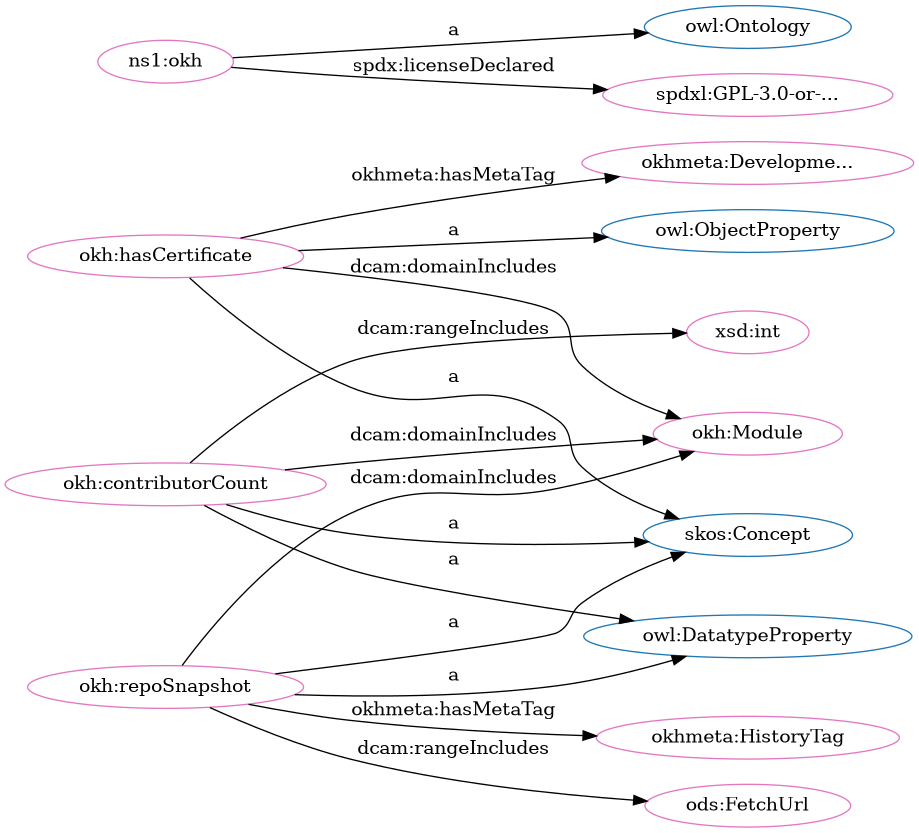
Above: src/spec/dot_okh_proposed.png in iop-alliance/OpenKnowHow (Graphviz), before the change. Its source is kept beside it as src/spec/dot_okh_proposed.dot.
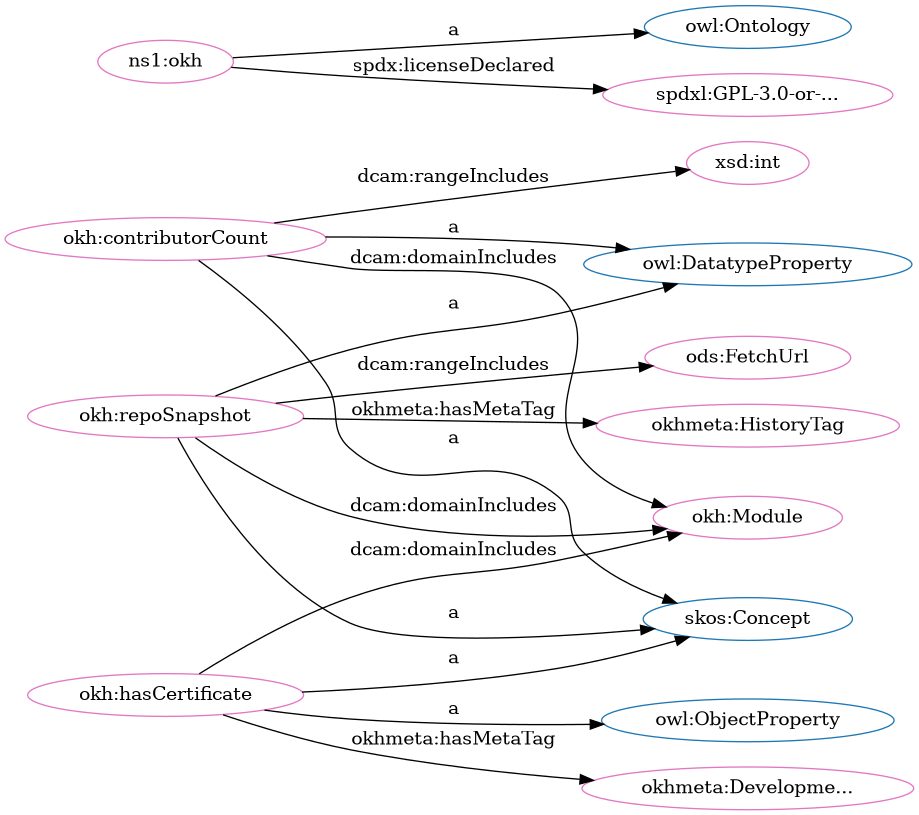
Later version of the same file.

The edit, as a diff of the source:
```diff
@@ -1,33 +1,33 @@
 digraph G {
   rankdir=BT
   node[height=.3]
+"http://www.w3.org/2002/07/owl#DatatypeProperty" [fillcolor="#1f77b4" color="#1f77b4" label="owl:DatatypeProperty"]
 "http://www.w3.org/2004/02/skos/core#Concept" [fillcolor="#1f77b4" color="#1f77b4" label="skos:Concept"]
+"http://www.w3.org/2002/07/owl#ObjectProperty" [fillcolor="#1f77b4" color="#1f77b4" label="owl:ObjectProperty"]
 "http://www.w3.org/2002/07/owl#Ontology" [fillcolor="#1f77b4" color="#1f77b4" label="owl:Ontology"]
-"http://www.w3.org/2002/07/owl#ObjectProperty" [fillcolor="#1f77b4" color="#1f77b4" label="owl:ObjectProperty"]
-"http://www.w3.org/2002/07/owl#DatatypeProperty" [fillcolor="#1f77b4" color="#1f77b4" label="owl:DatatypeProperty"]
+"http://w3id.org/oseg/ont/okh#Module" [fillcolor="#e377c2" color="#e377c2" label="okh:Module"]
+"http://w3id.org/oseg/ont/okh" [fillcolor="#e377c2" color="#e377c2" label="ns1:okh"]
+"http://w3id.org/oseg/ont/okh#repoSnapshot" [fillcolor="#e377c2" color="#e377c2" label="okh:repoSnapshot"]
 "http://w3id.org/oseg/ont/okh#hasCertificate" [fillcolor="#e377c2" color="#e377c2" label="okh:hasCertificate"]
-"http://w3id.org/oseg/ont/okh#Module" [fillcolor="#e377c2" color="#e377c2" label="okh:Module"]
+"http://w3id.org/oseg/ont/ods#FetchUrl" [fillcolor="#e377c2" color="#e377c2" label="ods:FetchUrl"]
+"http://w3id.org/oseg/ont/okh#contributorCount" [fillcolor="#e377c2" color="#e377c2" label="okh:contributorCount"]
 "http://spdx.org/licenses/GPL-3.0-or-later" [fillcolor="#e377c2" color="#e377c2" label="spdxl:GPL-3.0-or-..."]
-"http://w3id.org/oseg/ont/okh" [fillcolor="#e377c2" color="#e377c2" label="ns1:okh"]
-"http://w3id.org/oseg/ont/okh#contributorCount" [fillcolor="#e377c2" color="#e377c2" label="okh:contributorCount"]
-"http://w3id.org/oseg/ont/okh#repoSnapshot" [fillcolor="#e377c2" color="#e377c2" label="okh:repoSnapshot"]
+"http://w3id.org/oseg/ont/okhmeta#DevelopmentTag" [fillcolor="#e377c2" color="#e377c2" label="okhmeta:Developme..."]
+"http://www.w3.org/2001/XMLSchema#int" [fillcolor="#e377c2" color="#e377c2" label="xsd:int"]
 "http://w3id.org/oseg/ont/okhmeta#HistoryTag" [fillcolor="#e377c2" color="#e377c2" label="okhmeta:HistoryTag"]
-"http://w3id.org/oseg/ont/ods#FetchUrl" [fillcolor="#e377c2" color="#e377c2" label="ods:FetchUrl"]
-"http://www.w3.org/2001/XMLSchema#int" [fillcolor="#e377c2" color="#e377c2" label="xsd:int"]
-"http://w3id.org/oseg/ont/okhmeta#DevelopmentTag" [fillcolor="#e377c2" color="#e377c2" label="okhmeta:Developme..."]
+  "http://w3id.org/oseg/ont/okh#repoSnapshot" -> "http://w3id.org/oseg/ont/okh#Module" [label="dcam:domainIncludes"]
+  "http://w3id.org/oseg/ont/okh#hasCertificate" -> "http://www.w3.org/2002/07/owl#ObjectProperty" [label="a"]
   "http://w3id.org/oseg/ont/okh#hasCertificate" -> "http://www.w3.org/2004/02/skos/core#Concept" [label="a"]
-  "http://w3id.org/oseg/ont/okh#contributorCount" -> "http://w3id.org/oseg/ont/okh#Module" [label="dcam:domainIncludes"]
-  "http://w3id.org/oseg/ont/okh#repoSnapshot" -> "http://w3id.org/oseg/ont/okh#Module" [label="dcam:domainIncludes"]
-  "http://w3id.org/oseg/ont/okh" -> "http://spdx.org/licenses/GPL-3.0-or-later" [label="spdx:licenseDeclared"]
-  "http://w3id.org/oseg/ont/okh#repoSnapshot" -> "http://www.w3.org/2002/07/owl#DatatypeProperty" [label="a"]
   "http://w3id.org/oseg/ont/okh#contributorCount" -> "http://www.w3.org/2002/07/owl#DatatypeProperty" [label="a"]
-  "http://w3id.org/oseg/ont/okh#repoSnapshot" -> "http://w3id.org/oseg/ont/okhmeta#HistoryTag" [label="okhmeta:hasMetaTag"]
-  "http://w3id.org/oseg/ont/okh#repoSnapshot" -> "http://www.w3.org/2004/02/skos/core#Concept" [label="a"]
   "http://w3id.org/oseg/ont/okh#contributorCount" -> "http://www.w3.org/2004/02/skos/core#Concept" [label="a"]
-  "http://w3id.org/oseg/ont/okh#hasCertificate" -> "http://www.w3.org/2002/07/owl#ObjectProperty" [label="a"]
+  "http://w3id.org/oseg/ont/okh#hasCertificate" -> "http://w3id.org/oseg/ont/okhmeta#DevelopmentTag" [label="okhmeta:hasMetaTag"]
   "http://w3id.org/oseg/ont/okh" -> "http://www.w3.org/2002/07/owl#Ontology" [label="a"]
   "http://w3id.org/oseg/ont/okh#hasCertificate" -> "http://w3id.org/oseg/ont/okh#Module" [label="dcam:domainIncludes"]
+  "http://w3id.org/oseg/ont/okh#repoSnapshot" -> "http://www.w3.org/2002/07/owl#DatatypeProperty" [label="a"]
   "http://w3id.org/oseg/ont/okh#repoSnapshot" -> "http://w3id.org/oseg/ont/ods#FetchUrl" [label="dcam:rangeIncludes"]
+  "http://w3id.org/oseg/ont/okh#repoSnapshot" -> "http://www.w3.org/2004/02/skos/core#Concept" [label="a"]
+  "http://w3id.org/oseg/ont/okh" -> "http://spdx.org/licenses/GPL-3.0-or-later" [label="spdx:licenseDeclared"]
   "http://w3id.org/oseg/ont/okh#contributorCount" -> "http://www.w3.org/2001/XMLSchema#int" [label="dcam:rangeIncludes"]
-  "http://w3id.org/oseg/ont/okh#hasCertificate" -> "http://w3id.org/oseg/ont/okhmeta#DevelopmentTag" [label="okhmeta:hasMetaTag"]
+  "http://w3id.org/oseg/ont/okh#contributorCount" -> "http://w3id.org/oseg/ont/okh#Module" [label="dcam:domainIncludes"]
+  "http://w3id.org/oseg/ont/okh#repoSnapshot" -> "http://w3id.org/oseg/ont/okhmeta#HistoryTag" [label="okhmeta:hasMetaTag"]
 }
```
